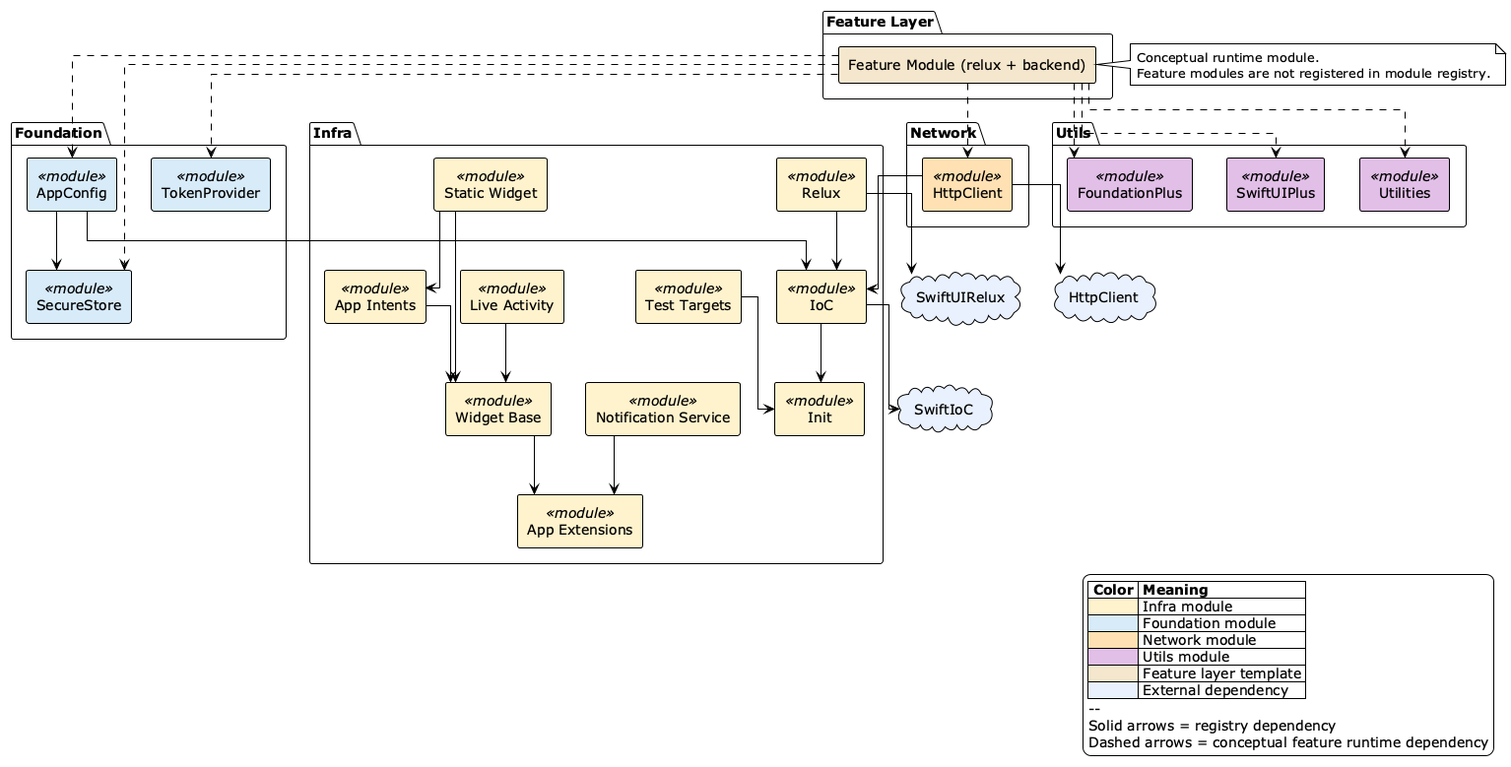
Earlier version of the PlantUML export diagrams/scaffolding-pipeline.png (relux-works/skill-ios-app-manager).
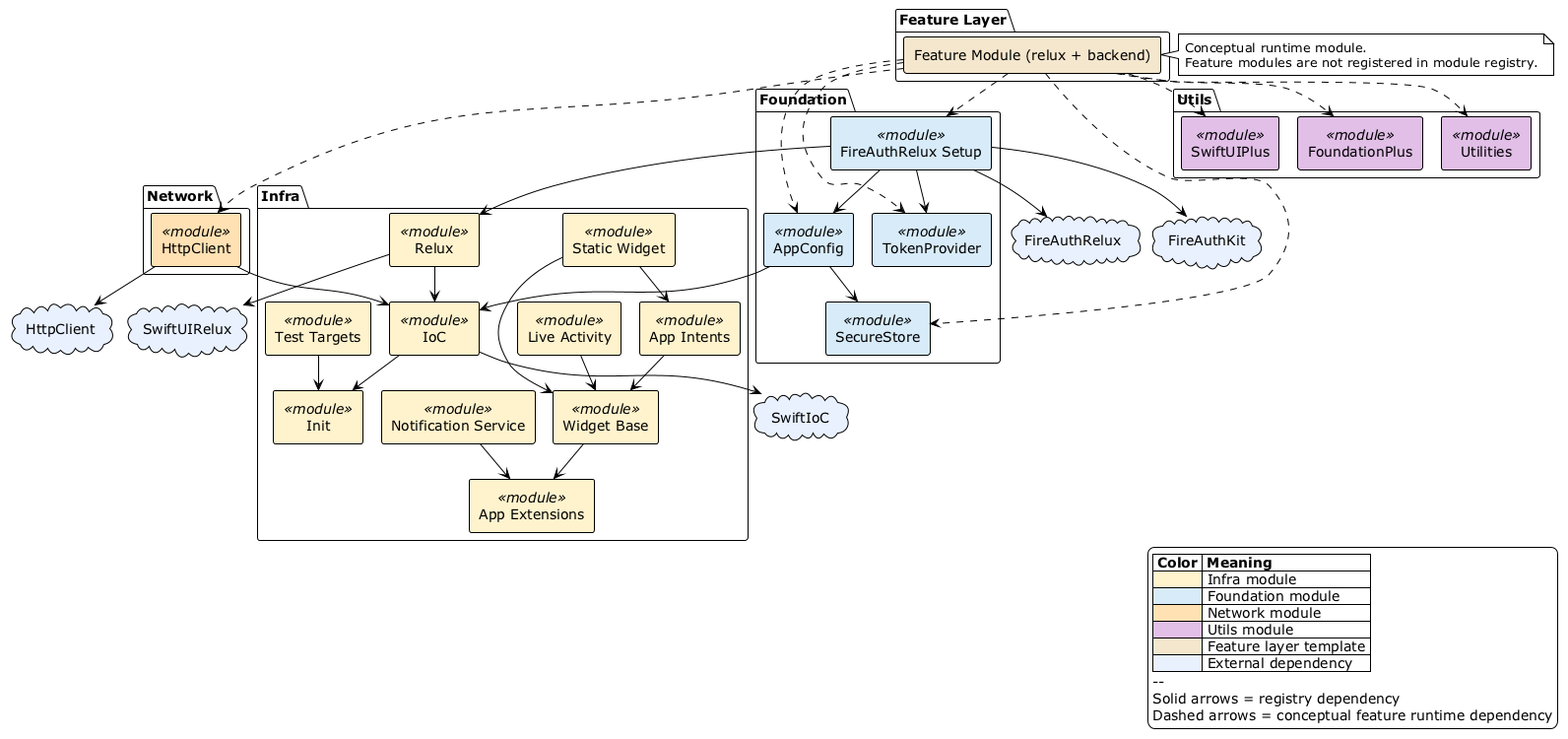
After the change.

The edit, as a diff of the source:
```diff
@@ -1,5 +1,6 @@
 @startuml scaffolding-pipeline
 !theme plain
+!pragma layout smetana
 
 skinparam linetype ortho
 skinparam componentStyle rectangle
@@ -7,6 +8,8 @@
 cloud "HttpClient" as ext_httpclient #E8F0FE
 cloud "SwiftIoC" as ext_swiftioc #E8F0FE
 cloud "SwiftUIRelux" as ext_swiftuirelux #E8F0FE
+cloud "FireAuthRelux" as ext_fireauthrelux #E8F0FE
+cloud "FireAuthKit" as ext_fireauthkit #E8F0FE
 
 package "Infra" {
   component "App Extensions" as mod_app_extensions <<module>> #FFF3CD
@@ -25,6 +28,7 @@
   component "AppConfig" as mod_app_config <<module>> #D6EAF8
   component "SecureStore" as mod_secure_store <<module>> #D6EAF8
   component "TokenProvider" as mod_token_provider <<module>> #D6EAF8
+  component "FireAuthRelux Setup" as mod_fireauth_relux <<module>> #D6EAF8
 }
 
 package "Network" {
@@ -49,6 +53,7 @@
 FeatureModule ..> mod_app_config
 FeatureModule ..> mod_secure_store
 FeatureModule ..> mod_token_provider
+FeatureModule ..> mod_fireauth_relux
 FeatureModule ..> mod_http_client
 FeatureModule ..> mod_foundation_plus
 FeatureModule ..> mod_swiftui_plus
@@ -65,11 +70,16 @@
 mod_widget_base --> mod_app_extensions
 mod_app_config --> mod_ioc
 mod_app_config --> mod_secure_store
+mod_fireauth_relux --> mod_relux
+mod_fireauth_relux --> mod_token_provider
+mod_fireauth_relux --> mod_app_config
 mod_http_client --> mod_ioc
 
 mod_ioc --> ext_swiftioc
 mod_relux --> ext_swiftuirelux
 mod_http_client --> ext_httpclient
+mod_fireauth_relux --> ext_fireauthrelux
+mod_fireauth_relux --> ext_fireauthkit
 
 legend right
   |= Color |= Meaning |
```
